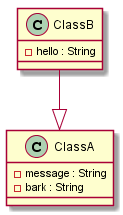
Before: out/production/Parser/output.png, a diagram exported from PlantUML (Manasi670430/Parser).
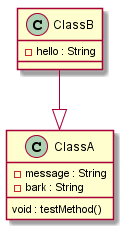
Later version of the same file.

What changed in the source:
```diff
@@ -2,6 +2,7 @@
 class ClassA {
 - message : String
 - bark : String
+void : testMethod()
  }
 class ClassB {
 - hello : String
```
